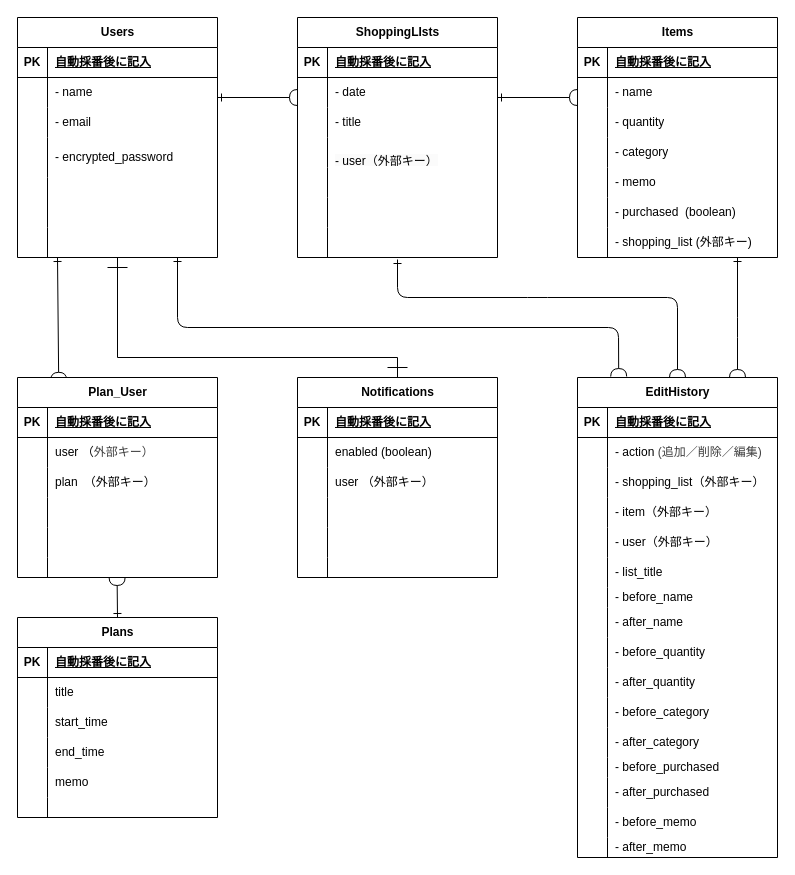
This is ER図.dio from wassyprince/shopping_days, a draw.io file, before an edit. Source tidied: cells renumbered, new cells numbered last; positions are measured from the earlier drawing's top-left corner, leaving out a move shared by most shapes. Both pictures are drawn from the tidied source at 100%, with x=0, y=0 at pixel (17, 17).
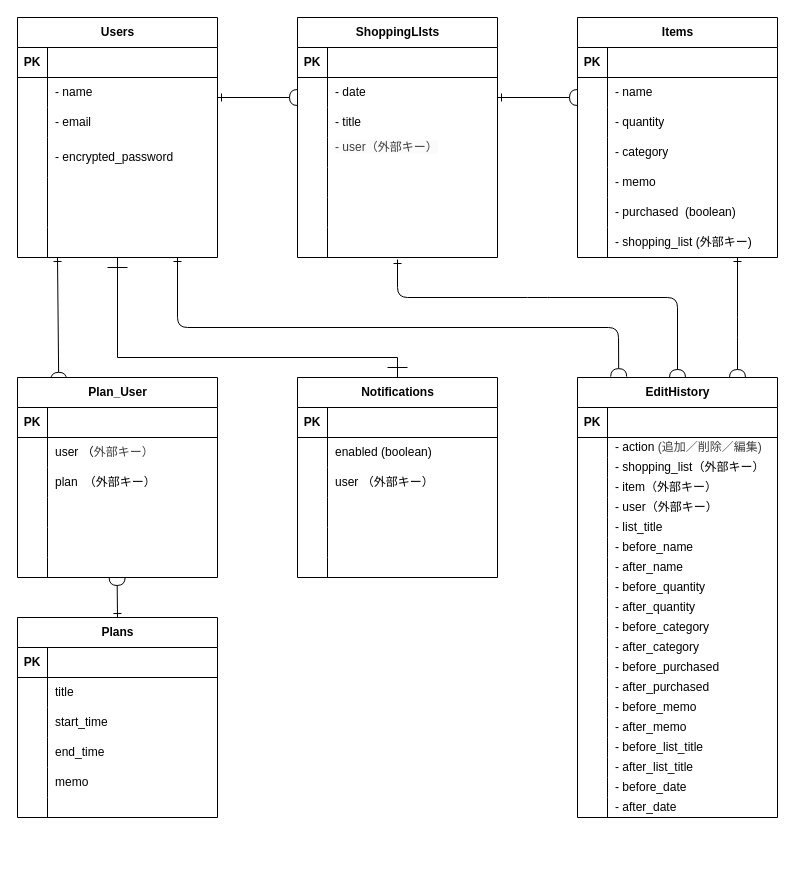
The same page after the edit.

Unchanged cells that the change refers to:
```xml
<mxCell id="3" style="shape=tableRow;horizontal=0;startSize=0;swimlaneHead=0;swimlaneBody=0;fillColor=none;top=0;left=0;right=0;bottom=1;" parent="2" vertex="1">
  <mxGeometry y="30" width="200" height="30" as="geometry" />
</mxCell>
<mxCell id="22" style="shape=tableRow;horizontal=0;startSize=0;swimlaneHead=0;swimlaneBody=0;fillColor=none;top=0;left=0;right=0;bottom=1;" parent="21" vertex="1">
  <mxGeometry y="30" width="200" height="30" as="geometry" />
</mxCell>
<mxCell id="41" style="shape=tableRow;horizontal=0;startSize=0;swimlaneHead=0;swimlaneBody=0;fillColor=none;top=0;left=0;right=0;bottom=1;" parent="40" vertex="1">
  <mxGeometry y="30" width="200" height="30" as="geometry" />
</mxCell>
<mxCell id="90" style="shape=tableRow;horizontal=0;startSize=0;swimlaneHead=0;swimlaneBody=0;fillColor=none;top=0;left=0;right=0;bottom=1;" parent="89" vertex="1">
  <mxGeometry y="30" width="200" height="30" as="geometry" />
</mxCell>
<mxCell id="99" style="shape=tableRow;horizontal=0;startSize=0;swimlaneHead=0;swimlaneBody=0;fillColor=none;top=0;left=0;right=0;bottom=0;" parent="89" vertex="1">
  <mxGeometry y="120" width="200" height="30" as="geometry" />
</mxCell>
<mxCell id="112" style="shape=tableRow;horizontal=0;startSize=0;swimlaneHead=0;swimlaneBody=0;fillColor=none;top=0;left=0;right=0;bottom=1;" parent="111" vertex="1">
  <mxGeometry y="30" width="200" height="30" as="geometry" />
</mxCell>
<mxCell id="140" style="shape=tableRow;horizontal=0;startSize=0;swimlaneHead=0;swimlaneBody=0;fillColor=none;top=0;left=0;right=0;bottom=1;" parent="139" vertex="1">
  <mxGeometry y="30" width="200" height="30" as="geometry" />
</mxCell>
<mxCell id="159" style="shape=tableRow;horizontal=0;startSize=0;swimlaneHead=0;swimlaneBody=0;fillColor=none;top=0;left=0;right=0;bottom=1;" parent="158" vertex="1">
  <mxGeometry y="30" width="200" height="30" as="geometry" />
</mxCell>
```

What changed in the source:
```diff
@@
-    <mxCell id="5" value="&lt;span style=&quot;color: rgb(0, 0, 0);&quot;&gt;自動採番後に記入&lt;/span&gt;" style="shape=partialRectangle;fillColor=none;top=0;left=0;bottom=0;right=0;align=left;spacingLeft=6;fontStyle=5;overflow=hidden;whiteSpace=wrap;html=1;" parent="3" vertex="1">
+    <mxCell id="5" style="shape=partialRectangle;fillColor=none;top=0;left=0;bottom=0;right=0;align=left;spacingLeft=6;fontStyle=5;overflow=hidden;whiteSpace=wrap;html=1;" parent="3" vertex="1">
       <mxGeometry x="30" width="170" height="30" as="geometry" />
     </mxCell>
@@
-    <mxCell id="24" value="&lt;span style=&quot;color: rgb(0, 0, 0);&quot;&gt;自動採番後に記入&lt;/span&gt;" style="shape=partialRectangle;fillColor=none;top=0;left=0;bottom=0;right=0;align=left;spacingLeft=6;fontStyle=5;overflow=hidden;whiteSpace=wrap;html=1;" parent="22" vertex="1">
+    <mxCell id="24" style="shape=partialRectangle;fillColor=none;top=0;left=0;bottom=0;right=0;align=left;spacingLeft=6;fontStyle=5;overflow=hidden;whiteSpace=wrap;html=1;" parent="22" vertex="1">
       <mxGeometry x="30" width="170" height="30" as="geometry" />
     </mxCell>
@@
     <mxCell id="40" value="EditHistory" style="shape=table;startSize=30;childLayout=tableLayout;rowLines=0;fontStyle=1;align=center;html=1;" parent="1" vertex="1">
-      <mxGeometry x="560" y="360" width="200" height="480" as="geometry" />
+      <mxGeometry x="560" y="360" width="200" height="440" as="geometry" />
     </mxCell>
@@
-    <mxCell id="43" value="&lt;span style=&quot;color: rgb(0, 0, 0);&quot;&gt;自動採番後に記入&lt;/span&gt;" style="shape=partialRectangle;fillColor=none;top=0;left=0;bottom=0;right=0;align=left;spacingLeft=6;fontStyle=5;overflow=hidden;whiteSpace=wrap;html=1;" parent="41" vertex="1">
+    <mxCell id="43" style="shape=partialRectangle;fillColor=none;top=0;left=0;bottom=0;right=0;align=left;spacingLeft=6;fontStyle=5;overflow=hidden;whiteSpace=wrap;html=1;" parent="41" vertex="1">
       <mxGeometry x="30" width="170" height="30" as="geometry" />
     </mxCell>
     <mxCell id="44" style="shape=tableRow;horizontal=0;startSize=0;swimlaneHead=0;swimlaneBody=0;fillColor=none;top=0;left=0;right=0;bottom=0;" parent="40" vertex="1">
-      <mxGeometry y="60" width="200" height="30" as="geometry" />
+      <mxGeometry y="60" width="200" height="20" as="geometry" />
     </mxCell>
     <mxCell id="45" style="shape=partialRectangle;fillColor=none;top=0;left=0;bottom=0;right=0;overflow=hidden;whiteSpace=wrap;html=1;" parent="44" vertex="1">
-      <mxGeometry width="30" height="30" as="geometry" />
+      <mxGeometry width="30" height="20" as="geometry" />
     </mxCell>
     <mxCell id="46" value="- action&amp;nbsp;&lt;span style=&quot;color: rgb(63, 63, 63); background-color: transparent;&quot; lang=&quot;EN-US&quot;&gt;(&lt;/span&gt;&lt;span style=&quot;color: rgb(63, 63, 63); background-color: transparent;&quot;&gt;追加／削除／編集&lt;/span&gt;&lt;span style=&quot;color: rgb(63, 63, 63); background-color: transparent;&quot; lang=&quot;EN-US&quot;&gt;)&lt;/span&gt;" style="shape=partialRectangle;fillColor=none;top=0;left=0;bottom=0;right=0;align=left;spacingLeft=6;overflow=hidden;whiteSpace=wrap;html=1;" parent="44" vertex="1">
-      <mxGeometry x="30" width="170" height="30" as="geometry" />
+      <mxGeometry x="30" width="170" height="20" as="geometry" />
     </mxCell>
     <mxCell id="47" style="shape=tableRow;horizontal=0;startSize=0;swimlaneHead=0;swimlaneBody=0;fillColor=none;top=0;left=0;right=0;bottom=0;" parent="40" vertex="1">
-      <mxGeometry y="90" width="200" height="30" as="geometry" />
+      <mxGeometry y="80" width="200" height="20" as="geometry" />
     </mxCell>
     <mxCell id="48" style="shape=partialRectangle;fillColor=none;top=0;left=0;bottom=0;right=0;overflow=hidden;whiteSpace=wrap;html=1;" parent="47" vertex="1">
-      <mxGeometry width="30" height="30" as="geometry" />
+      <mxGeometry width="30" height="20" as="geometry" />
     </mxCell>
     <mxCell id="49" value="&lt;span style=&quot;color: rgb(0, 0, 0);&quot;&gt;- shopping_list（外部キー）&lt;/span&gt;" style="shape=partialRectangle;fillColor=none;top=0;left=0;bottom=0;right=0;align=left;spacingLeft=6;overflow=hidden;whiteSpace=wrap;html=1;" parent="47" vertex="1">
-      <mxGeometry x="30" width="170" height="30" as="geometry" />
+      <mxGeometry x="30" width="170" height="20" as="geometry" />
     </mxCell>
     <mxCell id="50" style="shape=tableRow;horizontal=0;startSize=0;swimlaneHead=0;swimlaneBody=0;fillColor=none;top=0;left=0;right=0;bottom=0;" parent="40" vertex="1">
-      <mxGeometry y="120" width="200" height="30" as="geometry" />
+      <mxGeometry y="100" width="200" height="20" as="geometry" />
     </mxCell>
     <mxCell id="51" style="shape=partialRectangle;fillColor=none;top=0;left=0;bottom=0;right=0;overflow=hidden;whiteSpace=wrap;html=1;" parent="50" vertex="1">
-      <mxGeometry width="30" height="30" as="geometry" />
+      <mxGeometry width="30" height="20" as="geometry" />
     </mxCell>
     <mxCell id="52" value="- item（外部キー）" style="shape=partialRectangle;fillColor=none;top=0;left=0;bottom=0;right=0;align=left;spacingLeft=6;overflow=hidden;whiteSpace=wrap;html=1;" parent="50" vertex="1">
-      <mxGeometry x="30" width="170" height="30" as="geometry" />
+      <mxGeometry x="30" width="170" height="20" as="geometry" />
     </mxCell>
     <mxCell id="53" style="shape=tableRow;horizontal=0;startSize=0;swimlaneHead=0;swimlaneBody=0;fillColor=none;top=0;left=0;right=0;bottom=0;" parent="40" vertex="1">
-      <mxGeometry y="150" width="200" height="30" as="geometry" />
+      <mxGeometry y="120" width="200" height="20" as="geometry" />
     </mxCell>
     <mxCell id="54" style="shape=partialRectangle;fillColor=none;top=0;left=0;bottom=0;right=0;overflow=hidden;whiteSpace=wrap;html=1;" parent="53" vertex="1">
-      <mxGeometry width="30" height="30" as="geometry" />
+      <mxGeometry width="30" height="20" as="geometry" />
     </mxCell>
     <mxCell id="55" value="- user（外部キー）" style="shape=partialRectangle;fillColor=none;top=0;left=0;bottom=0;right=0;align=left;spacingLeft=6;overflow=hidden;whiteSpace=wrap;html=1;" parent="53" vertex="1">
-      <mxGeometry x="30" width="170" height="30" as="geometry" />
+      <mxGeometry x="30" width="170" height="20" as="geometry" />
     </mxCell>
     <mxCell id="56" style="shape=tableRow;horizontal=0;startSize=0;swimlaneHead=0;swimlaneBody=0;fillColor=none;top=0;left=0;right=0;bottom=0;" parent="40" vertex="1">
-      <mxGeometry y="180" width="200" height="30" as="geometry" />
+      <mxGeometry y="140" width="200" height="20" as="geometry" />
     </mxCell>
     <mxCell id="57" style="shape=partialRectangle;fillColor=none;top=0;left=0;bottom=0;right=0;overflow=hidden;whiteSpace=wrap;html=1;" parent="56" vertex="1">
-      <mxGeometry width="30" height="30" as="geometry" />
+      <mxGeometry width="30" height="20" as="geometry" />
     </mxCell>
     <mxCell id="58" value="- list_title" style="shape=partialRectangle;fillColor=none;top=0;left=0;bottom=0;right=0;align=left;spacingLeft=6;overflow=hidden;whiteSpace=wrap;html=1;" parent="56" vertex="1">
-      <mxGeometry x="30" width="170" height="30" as="geometry" />
+      <mxGeometry x="30" width="170" height="20" as="geometry" />
     </mxCell>
     <mxCell id="59" style="shape=tableRow;horizontal=0;startSize=0;swimlaneHead=0;swimlaneBody=0;fillColor=none;top=0;left=0;right=0;bottom=0;" parent="40" vertex="1">
-      <mxGeometry y="210" width="200" height="20" as="geometry" />
+      <mxGeometry y="160" width="200" height="20" as="geometry" />
     </mxCell>
@@
     <mxCell id="62" style="shape=tableRow;horizontal=0;startSize=0;swimlaneHead=0;swimlaneBody=0;fillColor=none;top=0;left=0;right=0;bottom=0;" parent="40" vertex="1">
-      <mxGeometry y="230" width="200" height="30" as="geometry" />
+      <mxGeometry y="180" width="200" height="20" as="geometry" />
     </mxCell>
     <mxCell id="63" style="shape=partialRectangle;fillColor=none;top=0;left=0;bottom=0;right=0;overflow=hidden;whiteSpace=wrap;html=1;" parent="62" vertex="1">
-      <mxGeometry width="30" height="30" as="geometry" />
+      <mxGeometry width="30" height="20" as="geometry" />
     </mxCell>
     <mxCell id="64" value="- after_name" style="shape=partialRectangle;fillColor=none;top=0;left=0;bottom=0;right=0;align=left;spacingLeft=6;overflow=hidden;whiteSpace=wrap;html=1;" parent="62" vertex="1">
-      <mxGeometry x="30" width="170" height="30" as="geometry" />
+      <mxGeometry x="30" width="170" height="20" as="geometry" />
     </mxCell>
     <mxCell id="65" style="shape=tableRow;horizontal=0;startSize=0;swimlaneHead=0;swimlaneBody=0;fillColor=none;top=0;left=0;right=0;bottom=0;" parent="40" vertex="1">
-      <mxGeometry y="260" width="200" height="30" as="geometry" />
+      <mxGeometry y="200" width="200" height="20" as="geometry" />
     </mxCell>
     <mxCell id="66" style="shape=partialRectangle;fillColor=none;top=0;left=0;bottom=0;right=0;overflow=hidden;whiteSpace=wrap;html=1;" parent="65" vertex="1">
-      <mxGeometry width="30" height="30" as="geometry" />
+      <mxGeometry width="30" height="20" as="geometry" />
     </mxCell>
     <mxCell id="67" value="- before_quantity" style="shape=partialRectangle;fillColor=none;top=0;left=0;bottom=0;right=0;align=left;spacingLeft=6;overflow=hidden;whiteSpace=wrap;html=1;" parent="65" vertex="1">
-      <mxGeometry x="30" width="170" height="30" as="geometry" />
+      <mxGeometry x="30" width="170" height="20" as="geometry" />
     </mxCell>
     <mxCell id="68" style="shape=tableRow;horizontal=0;startSize=0;swimlaneHead=0;swimlaneBody=0;fillColor=none;top=0;left=0;right=0;bottom=0;" parent="40" vertex="1">
-      <mxGeometry y="290" width="200" height="30" as="geometry" />
+      <mxGeometry y="220" width="200" height="20" as="geometry" />
     </mxCell>
     <mxCell id="69" style="shape=partialRectangle;fillColor=none;top=0;left=0;bottom=0;right=0;overflow=hidden;whiteSpace=wrap;html=1;" parent="68" vertex="1">
-      <mxGeometry width="30" height="30" as="geometry" />
+      <mxGeometry width="30" height="20" as="geometry" />
     </mxCell>
     <mxCell id="70" value="- after_quantity" style="shape=partialRectangle;fillColor=none;top=0;left=0;bottom=0;right=0;align=left;spacingLeft=6;overflow=hidden;whiteSpace=wrap;html=1;" parent="68" vertex="1">
-      <mxGeometry x="30" width="170" height="30" as="geometry" />
+      <mxGeometry x="30" width="170" height="20" as="geometry" />
     </mxCell>
     <mxCell id="71" style="shape=tableRow;horizontal=0;startSize=0;swimlaneHead=0;swimlaneBody=0;fillColor=none;top=0;left=0;right=0;bottom=0;" parent="40" vertex="1">
-      <mxGeometry y="320" width="200" height="30" as="geometry" />
+      <mxGeometry y="240" width="200" height="20" as="geometry" />
     </mxCell>
     <mxCell id="72" style="shape=partialRectangle;fillColor=none;top=0;left=0;bottom=0;right=0;overflow=hidden;whiteSpace=wrap;html=1;" parent="71" vertex="1">
-      <mxGeometry width="30" height="30" as="geometry" />
+      <mxGeometry width="30" height="20" as="geometry" />
     </mxCell>
     <mxCell id="73" value="- before_category" style="shape=partialRectangle;fillColor=none;top=0;left=0;bottom=0;right=0;align=left;spacingLeft=6;overflow=hidden;whiteSpace=wrap;html=1;" parent="71" vertex="1">
-      <mxGeometry x="30" width="170" height="30" as="geometry" />
+      <mxGeometry x="30" width="170" height="20" as="geometry" />
     </mxCell>
     <mxCell id="74" style="shape=tableRow;horizontal=0;startSize=0;swimlaneHead=0;swimlaneBody=0;fillColor=none;top=0;left=0;right=0;bottom=0;" parent="40" vertex="1">
-      <mxGeometry y="350" width="200" height="30" as="geometry" />
+      <mxGeometry y="260" width="200" height="20" as="geometry" />
     </mxCell>
     <mxCell id="75" style="shape=partialRectangle;fillColor=none;top=0;left=0;bottom=0;right=0;overflow=hidden;whiteSpace=wrap;html=1;" parent="74" vertex="1">
-      <mxGeometry width="30" height="30" as="geometry" />
+      <mxGeometry width="30" height="20" as="geometry" />
     </mxCell>
     <mxCell id="76" value="- after_category" style="shape=partialRectangle;fillColor=none;top=0;left=0;bottom=0;right=0;align=left;spacingLeft=6;overflow=hidden;whiteSpace=wrap;html=1;" parent="74" vertex="1">
-      <mxGeometry x="30" width="170" height="30" as="geometry" />
+      <mxGeometry x="30" width="170" height="20" as="geometry" />
     </mxCell>
     <mxCell id="77" style="shape=tableRow;horizontal=0;startSize=0;swimlaneHead=0;swimlaneBody=0;fillColor=none;top=0;left=0;right=0;bottom=0;" parent="40" vertex="1">
-      <mxGeometry y="380" width="200" height="20" as="geometry" />
+      <mxGeometry y="280" width="200" height="20" as="geometry" />
     </mxCell>
@@
     <mxCell id="80" style="shape=tableRow;horizontal=0;startSize=0;swimlaneHead=0;swimlaneBody=0;fillColor=none;top=0;left=0;right=0;bottom=0;" parent="40" vertex="1">
-      <mxGeometry y="400" width="200" height="30" as="geometry" />
+      <mxGeometry y="300" width="200" height="20" as="geometry" />
     </mxCell>
     <mxCell id="81" style="shape=partialRectangle;fillColor=none;top=0;left=0;bottom=0;right=0;overflow=hidden;whiteSpace=wrap;html=1;" parent="80" vertex="1">
-      <mxGeometry width="30" height="30" as="geometry" />
+      <mxGeometry width="30" height="20" as="geometry" />
     </mxCell>
     <mxCell id="82" value="- after_purchased" style="shape=partialRectangle;fillColor=none;top=0;left=0;bottom=0;right=0;align=left;spacingLeft=6;overflow=hidden;whiteSpace=wrap;html=1;" parent="80" vertex="1">
-      <mxGeometry x="30" width="170" height="30" as="geometry" />
+      <mxGeometry x="30" width="170" height="20" as="geometry" />
     </mxCell>
     <mxCell id="83" style="shape=tableRow;horizontal=0;startSize=0;swimlaneHead=0;swimlaneBody=0;fillColor=none;top=0;left=0;right=0;bottom=0;" parent="40" vertex="1">
-      <mxGeometry y="430" width="200" height="30" as="geometry" />
+      <mxGeometry y="320" width="200" height="20" as="geometry" />
     </mxCell>
     <mxCell id="84" style="shape=partialRectangle;fillColor=none;top=0;left=0;bottom=0;right=0;overflow=hidden;whiteSpace=wrap;html=1;" parent="83" vertex="1">
-      <mxGeometry width="30" height="30" as="geometry" />
+      <mxGeometry width="30" height="20" as="geometry" />
     </mxCell>
     <mxCell id="85" value="- before_memo" style="shape=partialRectangle;fillColor=none;top=0;left=0;bottom=0;right=0;align=left;spacingLeft=6;overflow=hidden;whiteSpace=wrap;html=1;" parent="83" vertex="1">
-      <mxGeometry x="30" width="170" height="30" as="geometry" />
+      <mxGeometry x="30" width="170" height="20" as="geometry" />
     </mxCell>
     <mxCell id="86" style="shape=tableRow;horizontal=0;startSize=0;swimlaneHead=0;swimlaneBody=0;fillColor=none;top=0;left=0;right=0;bottom=0;" parent="40" vertex="1">
-      <mxGeometry y="460" width="200" height="20" as="geometry" />
+      <mxGeometry y="340" width="200" height="20" as="geometry" />
     </mxCell>
@@
+    <mxCell id="181" style="shape=tableRow;horizontal=0;startSize=0;swimlaneHead=0;swimlaneBody=0;fillColor=none;top=0;left=0;right=0;bottom=0;" parent="40" vertex="1">
+      <mxGeometry y="360" width="200" height="20" as="geometry" />
+    </mxCell>
+    <mxCell id="182" style="shape=partialRectangle;fillColor=none;top=0;left=0;bottom=0;right=0;overflow=hidden;whiteSpace=wrap;html=1;" parent="181" vertex="1">
+      <mxGeometry width="30" height="20" as="geometry" />
+    </mxCell>
+    <mxCell id="183" value="- before_list_title" style="shape=partialRectangle;fillColor=none;top=0;left=0;bottom=0;right=0;align=left;spacingLeft=6;overflow=hidden;whiteSpace=wrap;html=1;" parent="181" vertex="1">
+      <mxGeometry x="30" width="170" height="20" as="geometry" />
+    </mxCell>
+    <mxCell id="184" style="shape=tableRow;horizontal=0;startSize=0;swimlaneHead=0;swimlaneBody=0;fillColor=none;top=0;left=0;right=0;bottom=0;" parent="40" vertex="1">
+      <mxGeometry y="380" width="200" height="20" as="geometry" />
+    </mxCell>
+    <mxCell id="185" style="shape=partialRectangle;fillColor=none;top=0;left=0;bottom=0;right=0;overflow=hidden;whiteSpace=wrap;html=1;" parent="184" vertex="1">
+      <mxGeometry width="30" height="20" as="geometry" />
+    </mxCell>
+    <mxCell id="186" value="- after_list_title" style="shape=partialRectangle;fillColor=none;top=0;left=0;bottom=0;right=0;align=left;spacingLeft=6;overflow=hidden;whiteSpace=wrap;html=1;" parent="184" vertex="1">
+      <mxGeometry x="30" width="170" height="20" as="geometry" />
+    </mxCell>
+    <mxCell id="187" style="shape=tableRow;horizontal=0;startSize=0;swimlaneHead=0;swimlaneBody=0;fillColor=none;top=0;left=0;right=0;bottom=0;" parent="40" vertex="1">
+      <mxGeometry y="400" width="200" height="20" as="geometry" />
+    </mxCell>
+    <mxCell id="188" style="shape=partialRectangle;fillColor=none;top=0;left=0;bottom=0;right=0;overflow=hidden;whiteSpace=wrap;html=1;" parent="187" vertex="1">
+      <mxGeometry width="30" height="20" as="geometry" />
+    </mxCell>
+    <mxCell id="189" value="- before_date" style="shape=partialRectangle;fillColor=none;top=0;left=0;bottom=0;right=0;align=left;spacingLeft=6;overflow=hidden;whiteSpace=wrap;html=1;" parent="187" vertex="1">
+      <mxGeometry x="30" width="170" height="20" as="geometry" />
+    </mxCell>
+    <mxCell id="190" style="shape=tableRow;horizontal=0;startSize=0;swimlaneHead=0;swimlaneBody=0;fillColor=none;top=0;left=0;right=0;bottom=0;" parent="40" vertex="1">
+      <mxGeometry y="420" width="200" height="20" as="geometry" />
+    </mxCell>
+    <mxCell id="191" style="shape=partialRectangle;fillColor=none;top=0;left=0;bottom=0;right=0;overflow=hidden;whiteSpace=wrap;html=1;" parent="190" vertex="1">
+      <mxGeometry width="30" height="20" as="geometry" />
+    </mxCell>
+    <mxCell id="192" value="- after_date" style="shape=partialRectangle;fillColor=none;top=0;left=0;bottom=0;right=0;align=left;spacingLeft=6;overflow=hidden;whiteSpace=wrap;html=1;" parent="190" vertex="1">
+      <mxGeometry x="30" width="170" height="20" as="geometry" />
+    </mxCell>
@@
-    <mxCell id="92" value="&lt;span style=&quot;color: rgb(0, 0, 0);&quot;&gt;自動採番後に記入&lt;/span&gt;" style="shape=partialRectangle;fillColor=none;top=0;left=0;bottom=0;right=0;align=left;spacingLeft=6;fontStyle=5;overflow=hidden;whiteSpace=wrap;html=1;" parent="90" vertex="1">
+    <mxCell id="92" style="shape=partialRectangle;fillColor=none;top=0;left=0;bottom=0;right=0;align=left;spacingLeft=6;fontStyle=5;overflow=hidden;whiteSpace=wrap;html=1;" parent="90" vertex="1">
       <mxGeometry x="30" width="170" height="30" as="geometry" />
     </mxCell>
@@
-    <mxCell id="101" value="&#10;&lt;span style=&quot;color: rgb(0, 0, 0); font-family: Helvetica; font-size: 12px; font-style: normal; font-variant-ligatures: normal; font-variant-caps: normal; font-weight: 400; letter-spacing: normal; orphans: 2; text-align: left; text-indent: 0px; text-transform: none; widows: 2; word-spacing: 0px; -webkit-text-stroke-width: 0px; white-space: normal; background-color: rgb(251, 251, 251); text-decoration-thickness: initial; text-decoration-style: initial; text-decoration-color: initial; display: inline !important; float: none;&quot;&gt;- user（外部キー）&lt;/span&gt;&#10;&#10;" style="shape=partialRectangle;fillColor=none;top=0;left=0;bottom=0;right=0;align=left;spacingLeft=6;overflow=hidden;whiteSpace=wrap;html=1;" parent="99" vertex="1">
+    <mxCell id="101" value="&lt;div&gt;&lt;span style=&quot;background-color: light-dark(rgb(251, 251, 251), rgb(21, 21, 21)); color: rgb(63, 63, 63);&quot;&gt;- user（外部キー）&lt;/span&gt;&lt;/div&gt;&lt;div&gt;&lt;br&gt;&lt;/div&gt;" style="shape=partialRectangle;fillColor=none;top=0;left=0;bottom=0;right=0;align=left;spacingLeft=6;overflow=hidden;whiteSpace=wrap;html=1;" parent="99" vertex="1">
       <mxGeometry x="30" width="170" height="30" as="geometry" />
     </mxCell>
@@
-    <mxCell id="114" value="&lt;span style=&quot;color: rgb(0, 0, 0);&quot;&gt;自動採番後に記入&lt;/span&gt;" style="shape=partialRectangle;fillColor=none;top=0;left=0;bottom=0;right=0;align=left;spacingLeft=6;fontStyle=5;overflow=hidden;whiteSpace=wrap;html=1;" parent="112" vertex="1">
+    <mxCell id="114" style="shape=partialRectangle;fillColor=none;top=0;left=0;bottom=0;right=0;align=left;spacingLeft=6;fontStyle=5;overflow=hidden;whiteSpace=wrap;html=1;" parent="112" vertex="1">
       <mxGeometry x="30" width="170" height="30" as="geometry" />
     </mxCell>
@@
-    <mxCell id="142" value="&lt;span style=&quot;color: rgb(0, 0, 0);&quot;&gt;自動採番後に記入&lt;/span&gt;" style="shape=partialRectangle;fillColor=none;top=0;left=0;bottom=0;right=0;align=left;spacingLeft=6;fontStyle=5;overflow=hidden;whiteSpace=wrap;html=1;" parent="140" vertex="1">
+    <mxCell id="142" style="shape=partialRectangle;fillColor=none;top=0;left=0;bottom=0;right=0;align=left;spacingLeft=6;fontStyle=5;overflow=hidden;whiteSpace=wrap;html=1;" parent="140" vertex="1">
       <mxGeometry x="30" width="170" height="30" as="geometry" />
     </mxCell>
@@
-    <mxCell id="161" value="&lt;span style=&quot;color: rgb(0, 0, 0);&quot;&gt;自動採番後に記入&lt;/span&gt;" style="shape=partialRectangle;fillColor=none;top=0;left=0;bottom=0;right=0;align=left;spacingLeft=6;fontStyle=5;overflow=hidden;whiteSpace=wrap;html=1;" parent="159" vertex="1">
+    <mxCell id="161" style="shape=partialRectangle;fillColor=none;top=0;left=0;bottom=0;right=0;align=left;spacingLeft=6;fontStyle=5;overflow=hidden;whiteSpace=wrap;html=1;" parent="159" vertex="1">
       <mxGeometry x="30" width="170" height="30" as="geometry" />
     </mxCell>
```
